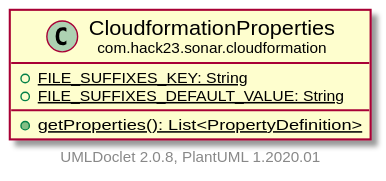
Before: testapidocs/com/hack23/sonar/cloudformation/CloudformationProperties.svg, a diagram exported from PlantUML (Hack23/sonar-cloudformation-plugin).
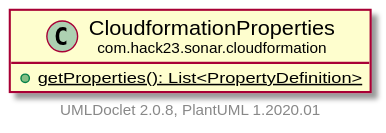
After the change.

Diff of the diagram source:
```diff
@@ -4,8 +4,6 @@
     hide empty methods
 
     class "<size:14>CloudformationProperties\n<size:10>com.hack23.sonar.cloudformation" as com.hack23.sonar.cloudformation.CloudformationProperties [[CloudformationProperties.html]] {
-        {static} +FILE_SUFFIXES_KEY: String
-        {static} +FILE_SUFFIXES_DEFAULT_VALUE: String
         {static} +getProperties(): List<PropertyDefinition>
     }
 
```
